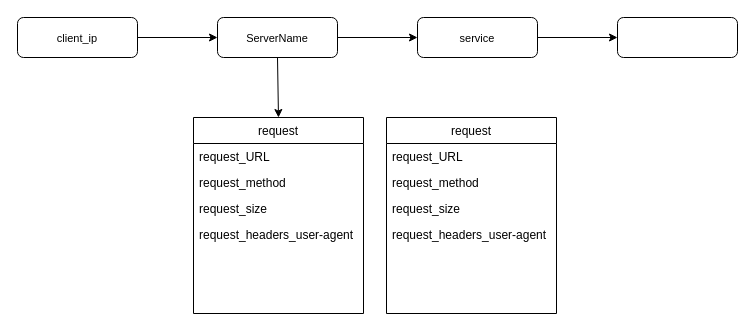
jinnery/git keeps this draw.io diagram as Untitled Diagram.drawio. Above is the earlier version. Source tidied: cells renumbered, new cells numbered last; positions are measured from the earlier drawing's top-left corner, leaving out a move shared by most shapes. Both pictures are drawn from the tidied source at 100%, with x=0, y=0 at pixel (17, 17).
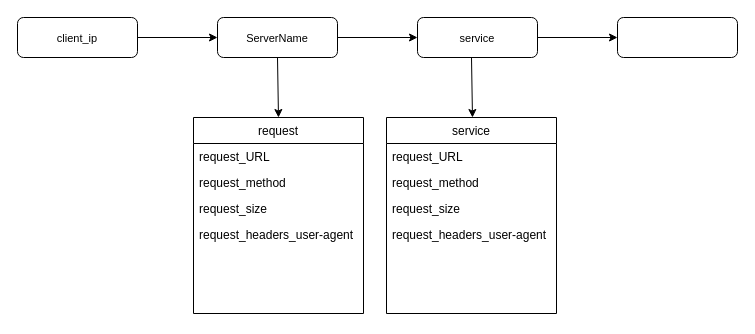
The same page after the edit.

Diff of the diagram source:
```diff
@@
-    <mxCell id="15" value="request" style="swimlane;fontStyle=0;horizontal=1;startSize=26;fillColor=none;" parent="1" vertex="1">
+    <mxCell id="15" value="service" style="swimlane;fontStyle=0;horizontal=1;startSize=26;fillColor=none;" parent="1" vertex="1">
       <mxGeometry x="369" y="100" width="170" height="196" as="geometry" />
     </mxCell>
@@
+    <mxCell id="20" style="endArrow=classic;html=1;exitX=0.5;exitY=1;exitDx=0;exitDy=0;entryX=0.5;entryY=0;entryDx=0;entryDy=0;" parent="1" edge="1">
+      <mxGeometry relative="1" as="geometry">
+        <mxPoint x="454" y="40" as="sourcePoint" />
+        <mxPoint x="455" y="100" as="targetPoint" />
+      </mxGeometry>
+    </mxCell>
```
